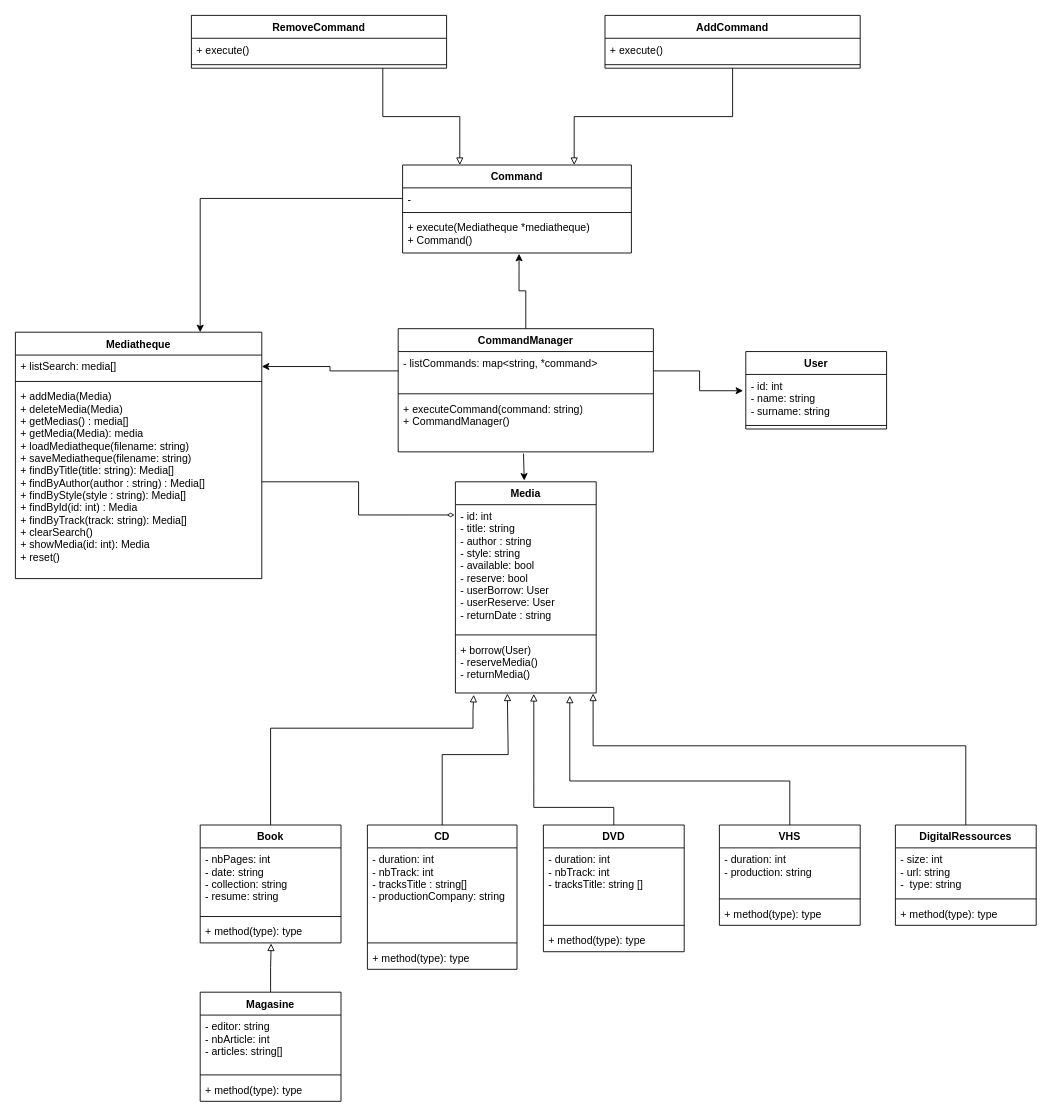
The draw.io diagram page "UML" (1 of 2) of UML.drawio in BillyBigGun/EnseirbBiblio, before the edit. Source tidied: cells renumbered, new cells numbered last; positions are measured from the earlier drawing's top-left corner, leaving out a move shared by most shapes. Both pictures are drawn from the tidied source at 88%, with x=0, y=0 at pixel (15, 15).
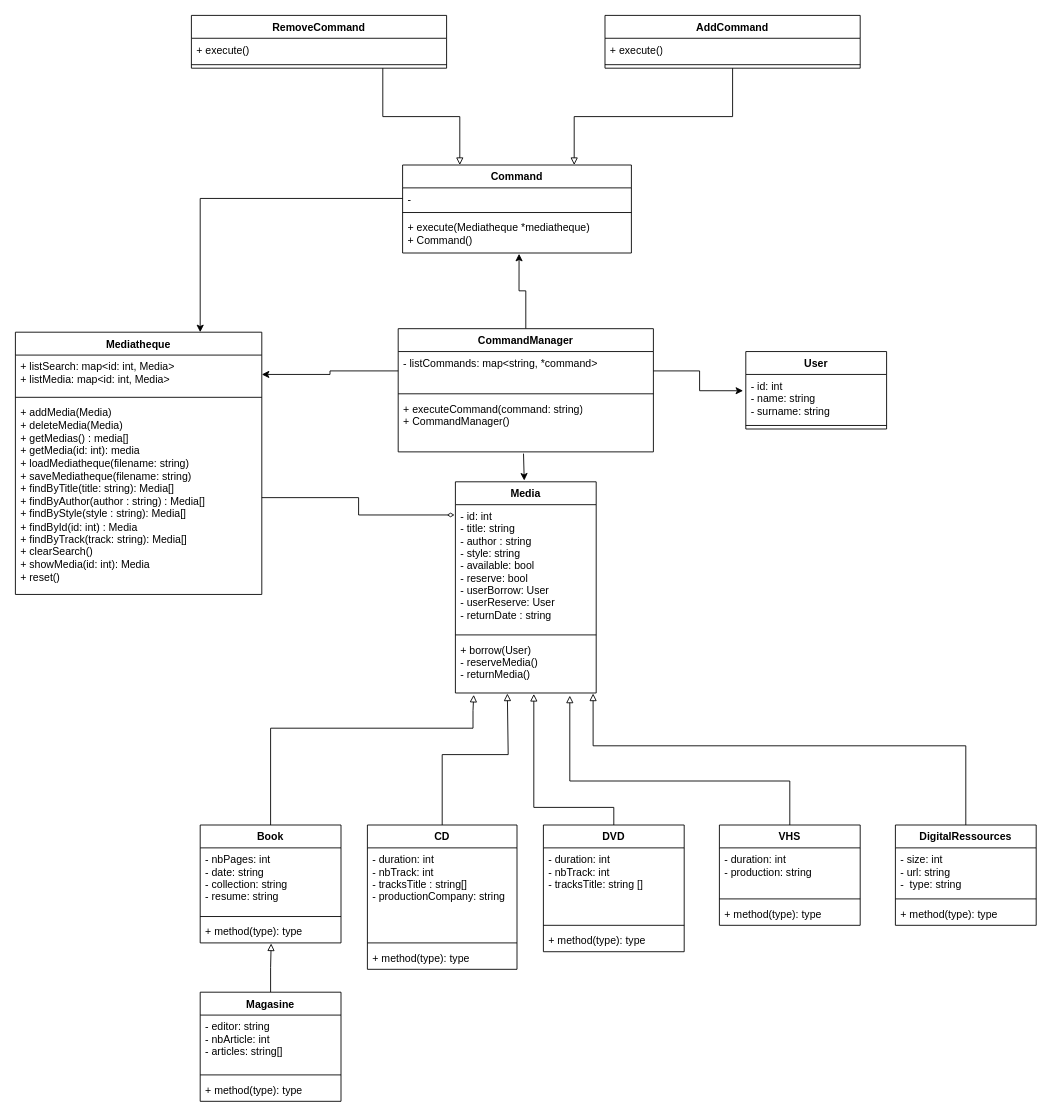
The same diagram, later.

Commit message:
modification UML

The edit, as a diff of the source:
```diff
@@
     <mxCell id="2" value="Mediatheque&#10;" style="swimlane;fontStyle=1;align=center;verticalAlign=top;horizontal=1;startSize=26;" parent="1" vertex="1">
-      <mxGeometry y="360" width="280" height="280" as="geometry" />
+      <mxGeometry y="360" width="280" height="298" as="geometry" />
     </mxCell>
-    <mxCell id="3" value="+ listSearch: media[]" style="text;strokeColor=none;fillColor=none;align=left;verticalAlign=top;spacingLeft=4;spacingRight=4;overflow=hidden;points=[[0,0.5],[1,0.5]];portConstraint=eastwest;" parent="2" vertex="1">
-      <mxGeometry y="26" width="280" height="26" as="geometry" />
+    <mxCell id="3" value="+ listSearch: map&lt;id: int, Media&gt;&#10;+ listMedia: map&lt;id: int, Media&gt;" style="text;strokeColor=none;fillColor=none;align=left;verticalAlign=top;spacingLeft=4;spacingRight=4;overflow=hidden;points=[[0,0.5],[1,0.5]];portConstraint=eastwest;" parent="2" vertex="1">
+      <mxGeometry y="26" width="280" height="44" as="geometry" />
     </mxCell>
     <mxCell id="4" style="line;strokeWidth=1;fillColor=none;align=left;verticalAlign=middle;spacingTop=-1;spacingLeft=3;spacingRight=3;labelPosition=right;strokeColor=inherit;" parent="2" vertex="1">
-      <mxGeometry y="52" width="280" height="8" as="geometry" />
+      <mxGeometry y="70" width="280" height="8" as="geometry" />
     </mxCell>
-    <mxCell id="5" value="+ addMedia(Media)&#10;+ deleteMedia(Media)&#10;+ getMedias() : media[]&#10;+ getMedia(Media): media&#10;+ loadMediatheque(filename: string)&#10;+ saveMediatheque(filename: string)&#10;+ findByTitle(title: string): Media[]&#10;+ findByAuthor(author : string) : Media[]&#10;+ findByStyle(style : string): Media[]&#10;+ findById(id: int) : Media&#10;+ findByTrack(track: string): Media[]&#10;+ clearSearch()&#10;+ showMedia(id: int): Media&#10;+ reset()" style="text;strokeColor=none;fillColor=none;align=left;verticalAlign=top;spacingLeft=4;spacingRight=4;overflow=hidden;points=[[0,0.5],[1,0.5]];portConstraint=eastwest;" parent="2" vertex="1">
-      <mxGeometry y="60" width="280" height="220" as="geometry" />
+    <mxCell id="5" value="+ addMedia(Media)&lt;br&gt;+ deleteMedia(Media)&lt;br&gt;+ getMedias() : media[]&lt;br&gt;+ getMedia(id: int): media&lt;br&gt;+ loadMediatheque(filename: string)&lt;br&gt;+ saveMediatheque(filename: string)&lt;br&gt;+ findByTitle(title: string): Media[]&lt;br&gt;+ findByAuthor(author : string) : Media[]&lt;br&gt;+ findByStyle(style : string): Media[]&lt;br&gt;+ findById(id: int) : Media&lt;br&gt;+ findByTrack(track: string): Media[]&lt;br&gt;+ clearSearch()&lt;br&gt;+ showMedia(id: int): Media&lt;br&gt;+ reset()" style="text;strokeColor=none;fillColor=none;align=left;verticalAlign=top;spacingLeft=4;spacingRight=4;overflow=hidden;points=[[0,0.5],[1,0.5]];portConstraint=eastwest;html=1;" parent="2" vertex="1">
+      <mxGeometry y="78" width="280" height="220" as="geometry" />
     </mxCell>
```
